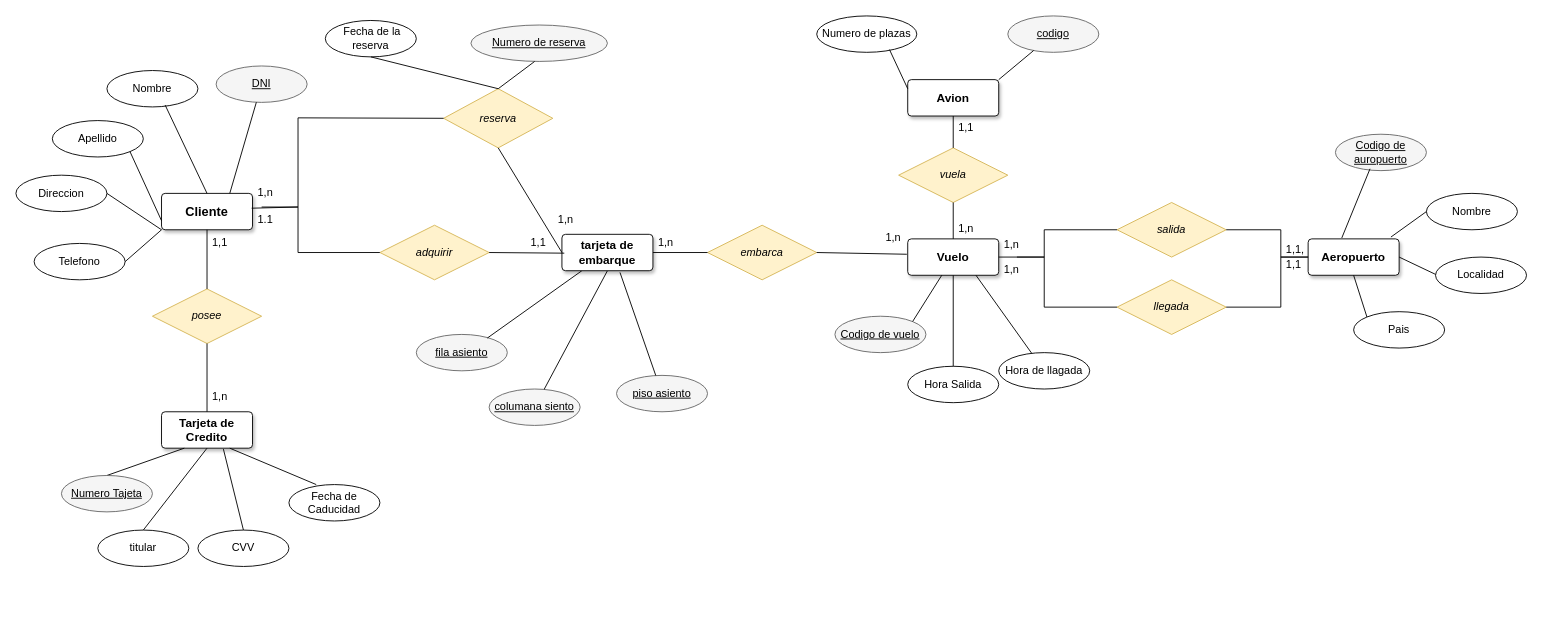
Earlier version of the draw.io diagram Diagramas/Actividad_08_C3_ED12.drawio (jordimall/jmg-tsys-ta12diagramasER-drawio-111023). Source tidied: cells renumbered, new cells numbered last; positions are measured from the earlier drawing's top-left corner, leaving out a move shared by most shapes. Both pictures are drawn from the tidied source at 91%, with x=0, y=0 at pixel (15, 15).
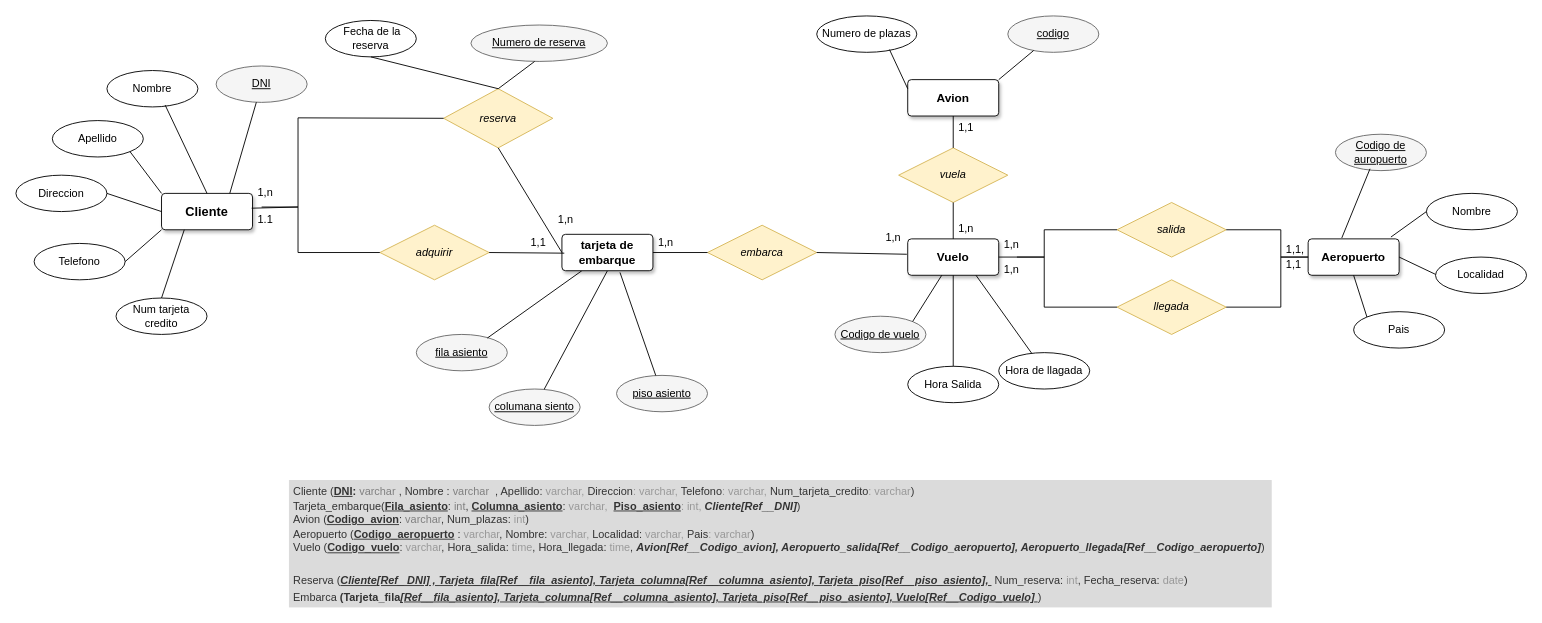
The same page after the edit.

Commit message:
Actualizar y modelo relacional Actividad_08_C3_ED12.drawio

The change refers to these unchanged cells:
```xml
<mxCell id="3" value="Cliente" style="rounded=1;arcSize=10;whiteSpace=wrap;html=1;align=center;shadow=1;fontSize=14;fontStyle=1;" parent="1" vertex="1">
  <mxGeometry x="160" y="195" width="100" height="40" as="geometry" />
</mxCell>
<mxCell id="8" value="Apellido" style="ellipse;whiteSpace=wrap;html=1;align=center;" parent="1" vertex="1">
  <mxGeometry x="40" y="115" width="100" height="40" as="geometry" />
</mxCell>
<mxCell id="9" value="Direccion" style="ellipse;whiteSpace=wrap;html=1;align=center;" parent="1" vertex="1">
  <mxGeometry y="175" width="100" height="40" as="geometry" />
</mxCell>
```

What changed in the source:
```diff
@@
-    <mxCell id="11" value="Tarjeta de Credito" style="rounded=1;arcSize=10;whiteSpace=wrap;html=1;align=center;shadow=1;fontSize=13;fontStyle=1;" parent="1" vertex="1">
-      <mxGeometry x="160" y="435" width="100" height="40" as="geometry" />
-    </mxCell>
-    <mxCell id="12" value="titular" style="ellipse;whiteSpace=wrap;html=1;align=center;" parent="1" vertex="1">
-      <mxGeometry x="90" y="565" width="100" height="40" as="geometry" />
-    </mxCell>
-    <mxCell id="13" value="CVV" style="ellipse;whiteSpace=wrap;html=1;align=center;" parent="1" vertex="1">
-      <mxGeometry x="200" y="565" width="100" height="40" as="geometry" />
+    <mxCell id="13" value="Num tarjeta credito" style="ellipse;whiteSpace=wrap;html=1;align=center;" parent="1" vertex="1">
+      <mxGeometry x="110" y="310" width="100" height="40" as="geometry" />
     </mxCell>
-    <mxCell id="14" value="Fecha de Caducidad" style="ellipse;whiteSpace=wrap;html=1;align=center;" parent="1" vertex="1">
-      <mxGeometry x="300" y="515" width="100" height="40" as="geometry" />
-    </mxCell>
-    <mxCell id="15" style="endArrow=none;html=1;rounded=0;exitX=0.5;exitY=0;exitDx=0;exitDy=0;entryX=0.5;entryY=1;entryDx=0;entryDy=0;" parent="1" edge="1" source="12" target="11">
-      <mxGeometry relative="1" as="geometry" />
-    </mxCell>
-    <mxCell id="16" style="endArrow=none;html=1;rounded=0;exitX=0.5;exitY=0;exitDx=0;exitDy=0;entryX=0.25;entryY=1;entryDx=0;entryDy=0;" parent="1" edge="1" source="19" target="11">
-      <mxGeometry relative="1" as="geometry" />
-    </mxCell>
-    <mxCell id="17" style="endArrow=none;html=1;rounded=0;entryX=0.5;entryY=0;entryDx=0;entryDy=0;exitX=0.68;exitY=1.025;exitDx=0;exitDy=0;exitPerimeter=0;" parent="1" edge="1" source="11" target="13">
+    <mxCell id="17" style="endArrow=none;html=1;rounded=0;entryX=0.5;entryY=0;entryDx=0;entryDy=0;exitX=0.25;exitY=1;exitDx=0;exitDy=0;" parent="1" edge="1" source="3" target="13">
       <mxGeometry relative="1" as="geometry" />
     </mxCell>
-    <mxCell id="18" style="endArrow=none;html=1;rounded=0;exitX=0.75;exitY=1;exitDx=0;exitDy=0;" parent="1" edge="1" source="11">
-      <mxGeometry relative="1" as="geometry">
-        <mxPoint x="330" y="515" as="targetPoint" />
-      </mxGeometry>
-    </mxCell>
-    <mxCell id="19" value="Numero Tajeta" style="ellipse;whiteSpace=wrap;html=1;align=center;fontStyle=4;fillColor=#f5f5f5;strokeColor=#666666;" parent="1" vertex="1">
-      <mxGeometry x="50" y="505" width="100" height="40" as="geometry" />
-    </mxCell>
@@
-    <mxCell id="21" style="endArrow=none;html=1;rounded=0;exitX=1;exitY=1;exitDx=0;exitDy=0;entryX=0;entryY=0.75;entryDx=0;entryDy=0;" parent="1" edge="1" source="8" target="3">
+    <mxCell id="21" style="endArrow=none;html=1;rounded=0;exitX=1;exitY=1;exitDx=0;exitDy=0;entryX=0;entryY=0;entryDx=0;entryDy=0;" parent="1" edge="1" source="8" target="3">
       <mxGeometry relative="1" as="geometry" />
     </mxCell>
-    <mxCell id="22" style="endArrow=none;html=1;rounded=0;entryX=1;entryY=0.5;entryDx=0;entryDy=0;exitX=0;exitY=1;exitDx=0;exitDy=0;" parent="1" edge="1" source="3" target="9">
+    <mxCell id="22" style="endArrow=none;html=1;rounded=0;entryX=1;entryY=0.5;entryDx=0;entryDy=0;exitX=0;exitY=0.5;exitDx=0;exitDy=0;" parent="1" edge="1" source="3" target="9">
       <mxGeometry relative="1" as="geometry" />
     </mxCell>
@@
-    <mxCell id="25" value="&lt;i&gt;posee&lt;/i&gt;" style="shape=rhombus;perimeter=rhombusPerimeter;whiteSpace=wrap;html=1;align=center;fillColor=#fff2cc;strokeColor=#d6b656;" parent="1" vertex="1">
-      <mxGeometry x="150" y="300" width="120" height="60" as="geometry" />
-    </mxCell>
-    <mxCell id="26" style="endArrow=none;html=1;rounded=0;exitX=0.5;exitY=1;exitDx=0;exitDy=0;entryX=0.5;entryY=0;entryDx=0;entryDy=0;entryPerimeter=0;" parent="1" edge="1" source="3" target="25">
-      <mxGeometry relative="1" as="geometry" />
-    </mxCell>
-    <mxCell id="27" style="endArrow=none;html=1;rounded=0;exitX=0.5;exitY=1;exitDx=0;exitDy=0;entryX=0.5;entryY=0;entryDx=0;entryDy=0;" parent="1" edge="1" source="25" target="11">
-      <mxGeometry relative="1" as="geometry" />
-    </mxCell>
@@
-    <mxCell id="66" value="1,n" style="text;strokeColor=none;fillColor=none;spacingLeft=4;spacingRight=4;overflow=hidden;fontSize=12;whiteSpace=wrap;html=1;" parent="1" vertex="1">
-      <mxGeometry x="210" y="405" width="40" height="30" as="geometry" />
-    </mxCell>
@@
-    <mxCell id="76" value="1,1" style="text;strokeColor=none;fillColor=none;spacingLeft=4;spacingRight=4;overflow=hidden;fontSize=12;whiteSpace=wrap;html=1;" parent="1" vertex="1">
-      <mxGeometry x="210" y="235" width="40" height="30" as="geometry" />
-    </mxCell>
@@
+    <mxCell id="89" value="&lt;h1 style=&quot;line-height: 150%;&quot;&gt;&lt;div style=&quot;border-color: var(--border-color); font-size: 12px; line-height: 130%;&quot;&gt;&lt;font style=&quot;border-color: var(--border-color);&quot;&gt;&lt;span style=&quot;border-color: var(--border-color);&quot;&gt;&lt;span style=&quot;border-color: var(--border-color);&quot;&gt;&lt;span style=&quot;font-weight: 400;&quot;&gt;Cliente (&lt;/span&gt;&lt;u style=&quot;&quot;&gt;DNI&lt;/u&gt;&lt;/span&gt;&lt;span style=&quot;border-color: var(--border-color);&quot;&gt;:&lt;/span&gt;&lt;font style=&quot;font-weight: 400; border-color: var(--border-color);&quot; color=&quot;#808080&quot;&gt;&amp;nbsp;varchar&lt;/font&gt;&lt;span style=&quot;font-weight: 400;&quot;&gt;&amp;nbsp;, Nombre : &lt;font color=&quot;#808080&quot;&gt;varchar&lt;/font&gt;&lt;/span&gt;&lt;span style=&quot;font-weight: 400;&quot;&gt;&amp;nbsp; , Apellido: &lt;font color=&quot;#999999&quot;&gt;varchar, &lt;/font&gt;Direccion&lt;font color=&quot;#999999&quot;&gt;: varchar, &lt;/font&gt;Telefono&lt;font color=&quot;#999999&quot;&gt;: varchar, &lt;/font&gt;Num_tarjeta_credito&lt;font color=&quot;#999999&quot;&gt;: varchar&lt;/font&gt;&lt;/span&gt;&lt;span style=&quot;font-weight: 400;&quot;&gt;)&lt;/span&gt;&lt;br&gt;&lt;/span&gt;&lt;/font&gt;&lt;/div&gt;&lt;div style=&quot;border-color: var(--border-color); font-size: 12px; line-height: 130%;&quot;&gt;&lt;font style=&quot;border-color: var(--border-color);&quot;&gt;&lt;span style=&quot;border-color: var(--border-color);&quot;&gt;&lt;span style=&quot;border-color: var(--border-color);&quot;&gt;&lt;span style=&quot;font-weight: 400;&quot;&gt;Tarjeta_embarque(&lt;/span&gt;&lt;u&gt;Fila_asiento&lt;/u&gt;&lt;/span&gt;&lt;span style=&quot;font-weight: 400; border-color: var(--border-color);&quot;&gt;: &lt;font color=&quot;#808080&quot;&gt;int&lt;/font&gt;&lt;/span&gt;&lt;span style=&quot;border-color: var(--border-color);&quot;&gt;&lt;span style=&quot;font-weight: 400;&quot;&gt;, &lt;/span&gt;&lt;u&gt;Columna_asiento&lt;/u&gt;&lt;span style=&quot;font-weight: 400;&quot;&gt;: &lt;/span&gt;&lt;font style=&quot;font-weight: 400;&quot; color=&quot;#999999&quot;&gt;varchar,&amp;nbsp; &lt;/font&gt;&lt;u&gt;Piso_asiento&lt;/u&gt;&lt;font style=&quot;font-weight: 400;&quot; color=&quot;#999999&quot;&gt;: int, &lt;/font&gt;&lt;i style=&quot;&quot;&gt;Cliente[Ref__DNI]&lt;/i&gt;&lt;/span&gt;&lt;span style=&quot;border-color: var(--border-color);&quot;&gt;&lt;span style=&quot;font-weight: 400;&quot;&gt;)&amp;nbsp;&lt;/span&gt;&lt;/span&gt;&lt;/span&gt;&lt;/font&gt;&lt;/div&gt;&lt;div style=&quot;border-color: var(--border-color); font-size: 12px; line-height: 130%;&quot;&gt;&lt;font style=&quot;border-color: var(--border-color);&quot;&gt;&lt;span style=&quot;border-color: var(--border-color);&quot;&gt;&lt;span style=&quot;font-weight: 400;&quot;&gt;Avion (&lt;/span&gt;&lt;u&gt;Codigo_avion&lt;/u&gt;&lt;/span&gt;&lt;span style=&quot;font-weight: 400;&quot;&gt;: &lt;font color=&quot;#808080&quot;&gt;varchar&lt;/font&gt;&lt;/span&gt;&lt;b style=&quot;font-weight: 400; border-color: var(--border-color);&quot;&gt;,&lt;/b&gt;&lt;span style=&quot;font-weight: 400;&quot;&gt;&amp;nbsp;Num_plazas: &lt;font color=&quot;#999999&quot;&gt;int&lt;/font&gt;&lt;/span&gt;&lt;span style=&quot;font-weight: 400;&quot;&gt;)&amp;nbsp;&lt;/span&gt;&lt;/font&gt;&lt;/div&gt;&lt;div style=&quot;border-color: var(--border-color); font-size: 12px; line-height: 130%;&quot;&gt;&lt;span style=&quot;background-color: initial; font-weight: 400; border-color: var(--border-color);&quot;&gt;Aeropuerto (&lt;/span&gt;&lt;span style=&quot;background-color: initial; border-color: var(--border-color);&quot;&gt;&lt;u&gt;Codigo_aeropuerto&lt;/u&gt;&lt;/span&gt;&lt;span style=&quot;background-color: initial; font-weight: 400; border-color: var(--border-color);&quot;&gt;&amp;nbsp;:&lt;font color=&quot;#999999&quot;&gt;&amp;nbsp;varchar&lt;/font&gt;, Nombre:&lt;font color=&quot;#999999&quot;&gt;&amp;nbsp;varchar, &lt;/font&gt;Localidad:&lt;font color=&quot;#999999&quot;&gt;&amp;nbsp;varchar, &lt;/font&gt;Pais&lt;font color=&quot;#999999&quot;&gt;: varchar&lt;/font&gt;&lt;/span&gt;&lt;span style=&quot;background-color: initial;&quot;&gt;&lt;span style=&quot;font-weight: 400;&quot;&gt;)&lt;/span&gt;&lt;i style=&quot;&quot;&gt;&lt;font style=&quot;&quot; color=&quot;#000000&quot;&gt;&amp;nbsp;&lt;/font&gt;&lt;/i&gt;&lt;/span&gt;&lt;/div&gt;&lt;div style=&quot;border-color: var(--border-color); font-size: 12px; line-height: 130%;&quot;&gt;&lt;span style=&quot;background-color: initial; font-weight: 400;&quot;&gt;Vuelo (&lt;/span&gt;&lt;span style=&quot;background-color: initial;&quot;&gt;&lt;u&gt;Codigo_vuelo&lt;/u&gt;&lt;/span&gt;&lt;span style=&quot;background-color: initial; font-weight: 400;&quot;&gt;: &lt;font color=&quot;#999999&quot;&gt;varchar&lt;/font&gt;, Hora_salida: &lt;font color=&quot;#999999&quot;&gt;time&lt;/font&gt;, Hora_llegada: &lt;font color=&quot;#999999&quot;&gt;time&lt;/font&gt;, &lt;/span&gt;&lt;span style=&quot;background-color: initial;&quot;&gt;&lt;i&gt;Avion[Ref__Codigo_avion], Aeropuerto_salida[Ref__Codigo_aeropuerto], Aeropuerto_llegada[Ref__Codigo_aeropuerto]&lt;/i&gt;&lt;/span&gt;&lt;span style=&quot;background-color: initial; font-weight: 400;&quot;&gt;)&lt;/span&gt;&lt;/div&gt;&lt;div style=&quot;border-color: var(--border-color); font-weight: 400; font-size: 12px; line-height: 150%;&quot;&gt;&lt;/div&gt;&lt;span style=&quot;border-color: var(--border-color); font-size: 12px;&quot;&gt;&lt;div style=&quot;border-color: var(--border-color); line-height: 150%;&quot;&gt;&lt;font style=&quot;border-color: var(--border-color);&quot;&gt;&lt;b style=&quot;font-style: normal; font-weight: 400; border-color: var(--border-color);&quot;&gt;&lt;br&gt;&lt;/b&gt;&lt;/font&gt;&lt;/div&gt;&lt;div style=&quot;border-color: var(--border-color); line-height: 150%;&quot;&gt;&lt;font style=&quot;border-color: var(--border-color);&quot;&gt;&lt;b style=&quot;font-style: normal; font-weight: 400; border-color: var(--border-color);&quot;&gt;Reserva (&lt;/b&gt;&lt;span style=&quot;border-color: var(--border-color);&quot;&gt;&lt;i&gt;&lt;u&gt;Cliente&lt;/u&gt;&lt;/i&gt;&lt;/span&gt;&lt;/font&gt;&lt;span style=&quot;font-weight: 400; background-color: initial; border-color: var(--border-color);&quot;&gt;&lt;b style=&quot;border-color: var(--border-color);&quot;&gt;&lt;u style=&quot;&quot;&gt;&lt;i&gt;[Ref_ DNI] , Tarjeta_fila[Ref__fila_asiento], Tarjeta_columna[Ref__columna_asiento], Tarjeta_piso[Ref__piso_asiento],&amp;nbsp;&lt;/i&gt;&lt;/u&gt;&lt;/b&gt;&lt;/span&gt;&lt;span style=&quot;font-weight: 400; background-color: initial;&quot;&gt;&amp;nbsp;Num_reserva: &lt;font color=&quot;#999999&quot;&gt;int&lt;/font&gt;, Fecha_reserva: &lt;font color=&quot;#999999&quot;&gt;date&lt;/font&gt;&lt;/span&gt;&lt;span style=&quot;font-style: normal; font-weight: 400; background-color: initial;&quot;&gt;)&lt;/span&gt;&lt;/div&gt;&lt;div style=&quot;border-color: var(--border-color); line-height: 150%;&quot;&gt;&lt;span style=&quot;font-style: normal;&quot;&gt;&lt;span style=&quot;font-weight: normal;&quot;&gt;Embarca&amp;nbsp;&lt;/span&gt;(Tarjeta_fila&lt;/span&gt;&lt;span style=&quot;background-color: initial; font-weight: normal; border-color: var(--border-color);&quot;&gt;&lt;span style=&quot;border-color: var(--border-color); background-color: initial;&quot;&gt;&lt;i&gt;&lt;b style=&quot;text-decoration-line: underline; border-color: var(--border-color);&quot;&gt;[Ref__fila_asiento], Tarjeta_columna[Ref__columna_asiento], Tarjeta_piso[Ref__piso_asiento], Vuelo&lt;/b&gt;&lt;b style=&quot;text-decoration-line: underline; border-color: var(--border-color);&quot;&gt;[Ref__Codigo_vuelo]&lt;/b&gt;&lt;/i&gt;&lt;/span&gt;&lt;span style=&quot;text-decoration-line: underline; font-style: normal; border-color: var(--border-color); background-color: initial;&quot;&gt;&amp;nbsp;&lt;/span&gt;&lt;/span&gt;&lt;span style=&quot;font-style: normal; background-color: initial; font-weight: normal;&quot;&gt;)&amp;nbsp;&lt;/span&gt;&lt;/div&gt;&lt;/span&gt;&lt;/h1&gt;" style="text;html=1;strokeColor=none;fillColor=#dbdbdb;spacing=5;spacingTop=-20;whiteSpace=wrap;overflow=hidden;rounded=0;fontColor=#333333;" parent="1" vertex="1">
+      <mxGeometry x="300" y="510" width="1080" height="140" as="geometry" />
+    </mxCell>
```
